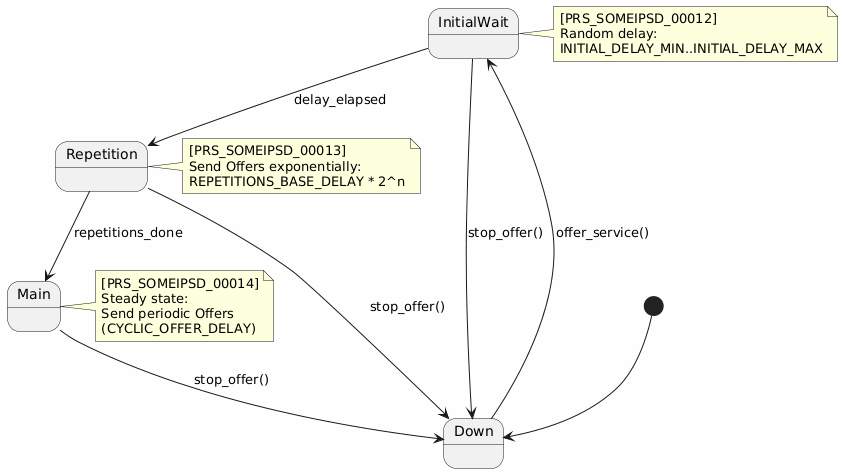
Above: docs/images/sd_state_machine.png in arunj123/fusion-hawking (PlantUML), before the change. The source it was exported from:
```plantuml
@startuml
skinparam backgroundColor #FEFEFE

[*] --> Down

Down --> InitialWait : offer_service()
note right of InitialWait
  [PRS_SOMEIPSD_00012]
  Random delay:
  INITIAL_DELAY_MIN..INITIAL_DELAY_MAX
end note

InitialWait --> Repetition : delay_elapsed
note right of Repetition
  [PRS_SOMEIPSD_00013]
  Send Offers exponentially:
  REPETITIONS_BASE_DELAY * 2^n
end note

Repetition --> Main : repetitions_done
note right of Main
  [PRS_SOMEIPSD_00014]
  Steady state:
  Send periodic Offers
  (CYCLIC_OFFER_DELAY)
end note

Main --> Down : stop_offer()
Repetition --> Down : stop_offer()
InitialWait --> Down : stop_offer()
@enduml
```
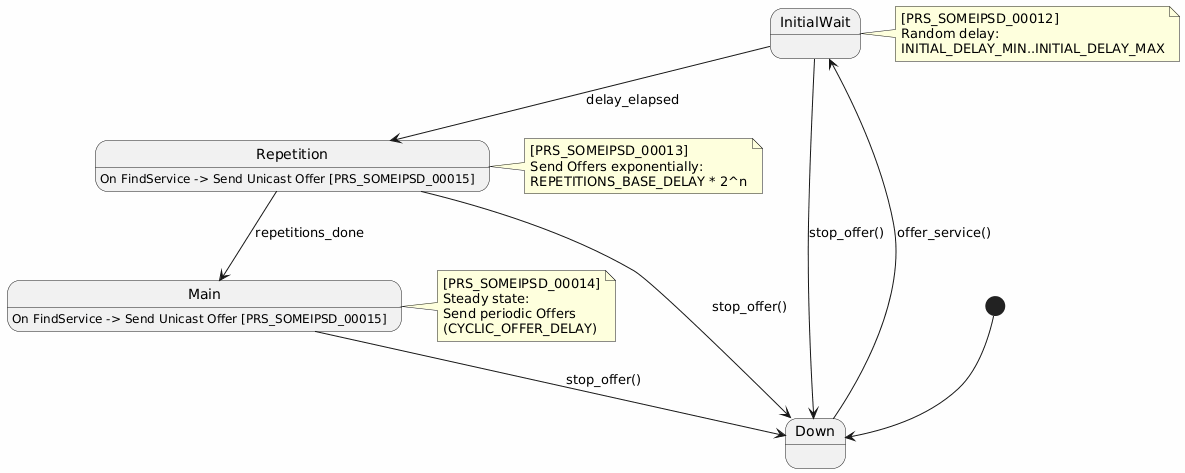
Above is the later version.

Change to the diagram source:
```diff
@@ -25,6 +25,9 @@
   (CYCLIC_OFFER_DELAY)
 end note
 
+Main : On FindService -> Send Unicast Offer [PRS_SOMEIPSD_00015]
+Repetition : On FindService -> Send Unicast Offer [PRS_SOMEIPSD_00015]
+
 Main --> Down : stop_offer()
 Repetition --> Down : stop_offer()
 InitialWait --> Down : stop_offer()
```
